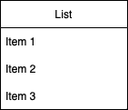
Raman-Lamba/forage-lyft-starter-repo-mycopy keeps this draw.io diagram as car.png. Above is the earlier version. Source tidied: cells renumbered, new cells last; positions are measured from the earlier drawing's top-left corner, leaving out a move shared by most shapes. Source of this version:
```xml
<mxGraphModel>
  <root>
    <mxCell id="0" />
    <mxCell id="1" parent="0" />
    <mxCell id="2" value="List" style="swimlane;fontStyle=0;horizontal=1;startSize=30;whiteSpace=wrap;html=1;" parent="1" vertex="1">
      <mxGeometry width="140" height="120" as="geometry" />
    </mxCell>
    <mxCell id="3" value="Item 1" style="text;strokeColor=none;fillColor=none;align=left;verticalAlign=middle;spacingLeft=4;spacingRight=4;overflow=hidden;whiteSpace=wrap;html=1;" parent="2" vertex="1">
      <mxGeometry y="30" width="140" height="30" as="geometry" />
    </mxCell>
    <mxCell id="4" value="Item 2" style="text;strokeColor=none;fillColor=none;align=left;verticalAlign=middle;spacingLeft=4;spacingRight=4;overflow=hidden;whiteSpace=wrap;html=1;" parent="2" vertex="1">
      <mxGeometry y="60" width="140" height="30" as="geometry" />
    </mxCell>
    <mxCell id="5" value="Item 3" style="text;strokeColor=none;fillColor=none;align=left;verticalAlign=middle;spacingLeft=4;spacingRight=4;overflow=hidden;whiteSpace=wrap;html=1;" parent="2" vertex="1">
      <mxGeometry y="90" width="140" height="30" as="geometry" />
    </mxCell>
  </root>
</mxGraphModel>
```
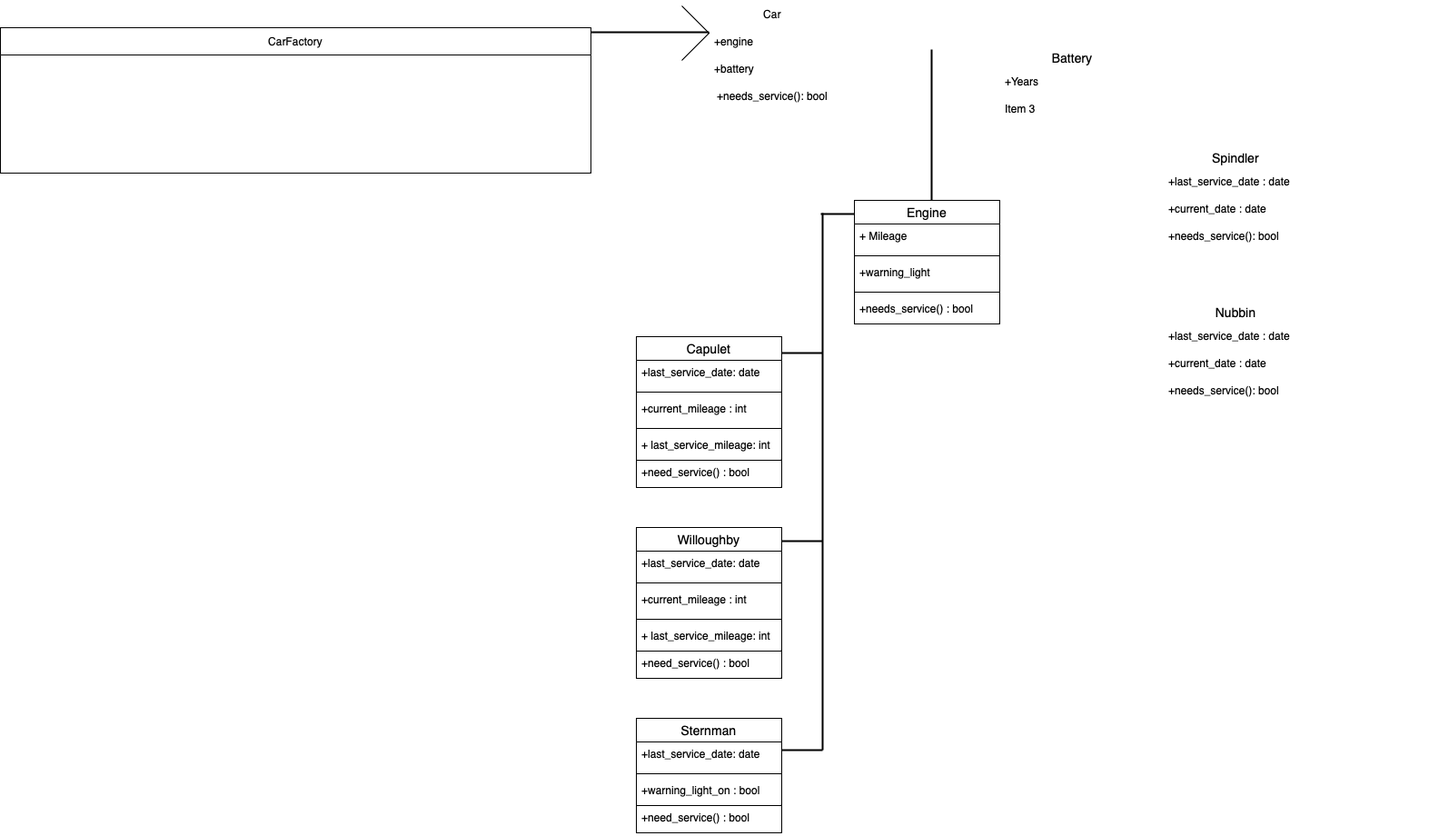
Above is the later version.

What changed in the source:
```diff
@@ -2,17 +2,191 @@
   <root>
     <mxCell id="0" />
     <mxCell id="1" parent="0" />
-    <mxCell id="2" value="List" style="swimlane;fontStyle=0;horizontal=1;startSize=30;whiteSpace=wrap;html=1;" parent="1" vertex="1">
-      <mxGeometry width="140" height="120" as="geometry" />
+    <mxCell id="2" value="Car" style="swimlane;fontStyle=0;horizontal=1;startSize=30;whiteSpace=wrap;html=1;labelBackgroundColor=none;strokeColor=#FFFFFF;" parent="1" vertex="1">
+      <mxGeometry width="140" height="90" as="geometry" />
     </mxCell>
-    <mxCell id="3" value="Item 1" style="text;strokeColor=none;fillColor=none;align=left;verticalAlign=middle;spacingLeft=4;spacingRight=4;overflow=hidden;whiteSpace=wrap;html=1;" parent="2" vertex="1">
+    <mxCell id="3" value="+engine" style="text;fillColor=none;align=left;verticalAlign=middle;spacingLeft=4;spacingRight=4;overflow=hidden;whiteSpace=wrap;html=1;labelBackgroundColor=none;strokeColor=#FFFFFF;" parent="2" vertex="1">
       <mxGeometry y="30" width="140" height="30" as="geometry" />
     </mxCell>
-    <mxCell id="4" value="Item 2" style="text;strokeColor=none;fillColor=none;align=left;verticalAlign=middle;spacingLeft=4;spacingRight=4;overflow=hidden;whiteSpace=wrap;html=1;" parent="2" vertex="1">
+    <mxCell id="4" value="+battery" style="text;fillColor=none;align=left;verticalAlign=middle;spacingLeft=4;spacingRight=4;overflow=hidden;whiteSpace=wrap;html=1;labelBackgroundColor=none;strokeColor=#FFFFFF;" parent="2" vertex="1">
       <mxGeometry y="60" width="140" height="30" as="geometry" />
     </mxCell>
+    <mxCell id="6" value="+needs_service(): bool" style="rounded=0;whiteSpace=wrap;html=1;labelBackgroundColor=none;strokeColor=#FFFFFF;" parent="1" vertex="1">
+      <mxGeometry y="90" width="140" height="30" as="geometry" />
+    </mxCell>
+    <mxCell id="7" style="rhombus;whiteSpace=wrap;html=1;labelBackgroundColor=none;strokeColor=#FFFFFF;" parent="1" vertex="1">
+      <mxGeometry x="140" y="50" width="40" height="10" as="geometry" />
+    </mxCell>
+    <mxCell id="8" value="Battery" style="swimlane;fontStyle=0;horizontal=1;startSize=26;align=center;fontSize=14;labelBackgroundColor=none;strokeColor=#FFFFFF;" parent="1" vertex="1">
+      <mxGeometry x="320" y="50" width="160" height="86" as="geometry" />
+    </mxCell>
+    <mxCell id="9" value="+Years" style="text;fillColor=none;spacingLeft=4;spacingRight=4;overflow=hidden;fontSize=12;whiteSpace=wrap;html=1;labelBackgroundColor=none;strokeColor=#FFFFFF;" parent="8" vertex="1">
+      <mxGeometry y="26" width="160" height="30" as="geometry" />
+    </mxCell>
+    <mxCell id="10" style="shape=crossbar;whiteSpace=wrap;html=1;rounded=1;labelBackgroundColor=none;strokeColor=default;fillColor=default;" parent="8" vertex="1">
+      <mxGeometry y="56" width="160" as="geometry" />
+    </mxCell>
-    <mxCell id="5" value="Item 3" style="text;strokeColor=none;fillColor=none;align=left;verticalAlign=middle;spacingLeft=4;spacingRight=4;overflow=hidden;whiteSpace=wrap;html=1;" parent="2" vertex="1">
-      <mxGeometry y="90" width="140" height="30" as="geometry" />
+    <mxCell id="5" value="Item 3" style="text;fillColor=none;spacingLeft=4;spacingRight=4;overflow=hidden;fontSize=12;whiteSpace=wrap;html=1;labelBackgroundColor=none;strokeColor=#FFFFFF;" parent="8" vertex="1">
+      <mxGeometry y="56" width="160" height="30" as="geometry" />
     </mxCell>
+    <mxCell id="11" value="Spindler" style="swimlane;fontStyle=0;horizontal=1;startSize=26;align=center;fontSize=14;labelBackgroundColor=none;strokeColor=#FFFFFF;" parent="1" vertex="1">
+      <mxGeometry x="500" y="160" width="160" height="116" as="geometry" />
+    </mxCell>
+    <mxCell id="12" value="+last_service_date : date" style="text;fillColor=none;spacingLeft=4;spacingRight=4;overflow=hidden;fontSize=12;whiteSpace=wrap;html=1;labelBackgroundColor=none;strokeColor=#FFFFFF;" parent="11" vertex="1">
+      <mxGeometry y="26" width="160" height="30" as="geometry" />
+    </mxCell>
+    <mxCell id="13" value="+current_date : date" style="text;fillColor=none;spacingLeft=4;spacingRight=4;overflow=hidden;fontSize=12;whiteSpace=wrap;html=1;labelBackgroundColor=none;strokeColor=#FFFFFF;" parent="11" vertex="1">
+      <mxGeometry y="56" width="160" height="30" as="geometry" />
+    </mxCell>
+    <mxCell id="14" style="shape=crossbar;whiteSpace=wrap;html=1;rounded=1;labelBackgroundColor=none;strokeColor=#FFFFFF;" parent="11" vertex="1">
+      <mxGeometry y="86" width="160" as="geometry" />
+    </mxCell>
+    <mxCell id="15" value="+needs_service(): bool" style="text;fillColor=none;spacingLeft=4;spacingRight=4;overflow=hidden;fontSize=12;whiteSpace=wrap;html=1;labelBackgroundColor=none;strokeColor=#FFFFFF;" parent="11" vertex="1">
+      <mxGeometry y="86" width="160" height="30" as="geometry" />
+    </mxCell>
+    <mxCell id="16" style="edgeStyle=orthogonalEdgeStyle;rounded=0;orthogonalLoop=1;jettySize=auto;html=1;exitX=0;exitY=0.5;exitDx=0;exitDy=0;exitPerimeter=0;entryX=0;entryY=0.5;entryDx=0;entryDy=0;entryPerimeter=0;labelBackgroundColor=none;fontColor=default;strokeColor=#FFFFFF;" parent="1" edge="1" source="17" target="17">
+      <mxGeometry relative="1" as="geometry" />
+    </mxCell>
+    <mxCell id="17" style="line;strokeWidth=2;direction=south;html=1;labelBackgroundColor=none;strokeColor=#FFFFFF;" parent="1" vertex="1">
+      <mxGeometry x="790" y="120" width="10" height="225" as="geometry" />
+    </mxCell>
+    <mxCell id="18" style="line;strokeWidth=2;html=1;labelBackgroundColor=none;strokeColor=#FFFFFF;" parent="1" vertex="1">
+      <mxGeometry x="661" y="170" width="135" height="10" as="geometry" />
+    </mxCell>
+    <mxCell id="19" style="line;strokeWidth=2;html=1;labelBackgroundColor=none;strokeColor=#FFFFFF;" parent="1" vertex="1">
+      <mxGeometry x="660" y="340" width="135" height="10" as="geometry" />
+    </mxCell>
+    <mxCell id="20" style="line;strokeWidth=2;html=1;labelBackgroundColor=none;strokeColor=#FFFFFF;" parent="1" vertex="1">
+      <mxGeometry x="180" y="50" width="142" height="10" as="geometry" />
+    </mxCell>
+    <mxCell id="21" style="line;strokeWidth=2;html=1;labelBackgroundColor=none;strokeColor=#FFFFFF;" parent="1" vertex="1">
+      <mxGeometry x="482" y="120" width="314" height="10" as="geometry" />
+    </mxCell>
+    <mxCell id="22" value="Nubbin" style="swimlane;fontStyle=0;horizontal=1;startSize=26;align=center;fontSize=14;labelBackgroundColor=none;strokeColor=#FFFFFF;" parent="1" vertex="1">
+      <mxGeometry x="500" y="330" width="160" height="116" as="geometry" />
+    </mxCell>
+    <mxCell id="23" value="+last_service_date : date" style="text;fillColor=none;spacingLeft=4;spacingRight=4;overflow=hidden;fontSize=12;whiteSpace=wrap;html=1;labelBackgroundColor=none;strokeColor=#FFFFFF;" parent="22" vertex="1">
+      <mxGeometry y="26" width="160" height="30" as="geometry" />
+    </mxCell>
+    <mxCell id="24" value="+current_date : date" style="text;fillColor=none;spacingLeft=4;spacingRight=4;overflow=hidden;fontSize=12;whiteSpace=wrap;html=1;labelBackgroundColor=none;strokeColor=#FFFFFF;" parent="22" vertex="1">
+      <mxGeometry y="56" width="160" height="30" as="geometry" />
+    </mxCell>
+    <mxCell id="25" style="shape=crossbar;whiteSpace=wrap;html=1;rounded=1;labelBackgroundColor=none;strokeColor=#FFFFFF;" parent="22" vertex="1">
+      <mxGeometry y="86" width="160" as="geometry" />
+    </mxCell>
+    <mxCell id="26" value="+needs_service(): bool" style="text;fillColor=none;spacingLeft=4;spacingRight=4;overflow=hidden;fontSize=12;whiteSpace=wrap;html=1;labelBackgroundColor=none;strokeColor=#FFFFFF;" parent="22" vertex="1">
+      <mxGeometry y="86" width="160" height="30" as="geometry" />
+    </mxCell>
+    <mxCell id="27" style="line;strokeWidth=2;direction=south;html=1;" parent="1" vertex="1">
+      <mxGeometry x="240" y="54" width="10" height="170" as="geometry" />
+    </mxCell>
+    <mxCell id="28" value="Engine" style="swimlane;fontStyle=0;horizontal=1;startSize=26;align=center;fontSize=14;" parent="1" vertex="1">
+      <mxGeometry x="160" y="220" width="160" height="136" as="geometry" />
+    </mxCell>
+    <mxCell id="29" value="+ Mileage" style="text;strokeColor=none;fillColor=none;spacingLeft=4;spacingRight=4;overflow=hidden;fontSize=12;whiteSpace=wrap;html=1;" parent="28" vertex="1">
+      <mxGeometry y="26" width="160" height="30" as="geometry" />
+    </mxCell>
+    <mxCell id="30" style="line;strokeWidth=1;dashed=0;labelPosition=right;align=left;verticalAlign=middle;spacingTop=0;spacingLeft=6;" parent="28" vertex="1">
+      <mxGeometry y="56" width="160" height="10" as="geometry" />
+    </mxCell>
+    <mxCell id="31" value="+warning_light" style="text;strokeColor=none;fillColor=none;spacingLeft=4;spacingRight=4;overflow=hidden;fontSize=12;whiteSpace=wrap;html=1;" parent="28" vertex="1">
+      <mxGeometry y="66" width="160" height="30" as="geometry" />
+    </mxCell>
+    <mxCell id="32" style="line;strokeWidth=1;dashed=0;labelPosition=right;align=left;verticalAlign=middle;spacingTop=0;spacingLeft=6;" parent="28" vertex="1">
+      <mxGeometry y="96" width="160" height="10" as="geometry" />
+    </mxCell>
+    <mxCell id="33" value="+needs_service() : bool" style="text;strokeColor=none;fillColor=none;spacingLeft=4;spacingRight=4;overflow=hidden;fontSize=12;whiteSpace=wrap;html=1;" parent="28" vertex="1">
+      <mxGeometry y="106" width="160" height="30" as="geometry" />
+    </mxCell>
+    <mxCell id="34" value="Capulet" style="swimlane;fontStyle=0;horizontal=1;startSize=26;align=center;fontSize=14;" parent="1" vertex="1">
+      <mxGeometry x="-80" y="370" width="160" height="136" as="geometry" />
+    </mxCell>
+    <mxCell id="35" value="+last_service_date: date" style="text;strokeColor=none;fillColor=none;spacingLeft=4;spacingRight=4;overflow=hidden;fontSize=12;whiteSpace=wrap;html=1;" parent="34" vertex="1">
+      <mxGeometry y="26" width="160" height="30" as="geometry" />
+    </mxCell>
+    <mxCell id="36" style="line;strokeWidth=1;dashed=0;labelPosition=right;align=left;verticalAlign=middle;spacingTop=0;spacingLeft=6;" parent="34" vertex="1">
+      <mxGeometry y="56" width="160" height="10" as="geometry" />
+    </mxCell>
+    <mxCell id="37" value="+current_mileage : int" style="text;strokeColor=none;fillColor=none;spacingLeft=4;spacingRight=4;overflow=hidden;fontSize=12;whiteSpace=wrap;html=1;" parent="34" vertex="1">
+      <mxGeometry y="66" width="160" height="30" as="geometry" />
+    </mxCell>
+    <mxCell id="38" style="line;strokeWidth=1;dashed=0;labelPosition=right;align=left;verticalAlign=middle;spacingTop=0;spacingLeft=6;" parent="34" vertex="1">
+      <mxGeometry y="96" width="160" height="10" as="geometry" />
+    </mxCell>
+    <mxCell id="39" value="+ last_service_mileage: int" style="text;strokeColor=none;fillColor=none;spacingLeft=4;spacingRight=4;overflow=hidden;fontSize=12;whiteSpace=wrap;html=1;" parent="34" vertex="1">
+      <mxGeometry y="106" width="160" height="30" as="geometry" />
+    </mxCell>
+    <mxCell id="40" value="+need_service() : bool" style="text;strokeColor=default;fillColor=none;spacingLeft=4;spacingRight=4;overflow=hidden;fontSize=12;whiteSpace=wrap;html=1;rounded=0;" parent="1" vertex="1">
+      <mxGeometry x="-80" y="506" width="160" height="30" as="geometry" />
+    </mxCell>
+    <mxCell id="41" value="Willoughby" style="swimlane;fontStyle=0;horizontal=1;startSize=26;align=center;fontSize=14;" parent="1" vertex="1">
+      <mxGeometry x="-80" y="580" width="160" height="136" as="geometry" />
+    </mxCell>
+    <mxCell id="42" value="+last_service_date: date" style="text;strokeColor=none;fillColor=none;spacingLeft=4;spacingRight=4;overflow=hidden;fontSize=12;whiteSpace=wrap;html=1;" parent="41" vertex="1">
+      <mxGeometry y="26" width="160" height="30" as="geometry" />
+    </mxCell>
+    <mxCell id="43" style="line;strokeWidth=1;dashed=0;labelPosition=right;align=left;verticalAlign=middle;spacingTop=0;spacingLeft=6;" parent="41" vertex="1">
+      <mxGeometry y="56" width="160" height="10" as="geometry" />
+    </mxCell>
+    <mxCell id="44" value="+current_mileage : int" style="text;strokeColor=none;fillColor=none;spacingLeft=4;spacingRight=4;overflow=hidden;fontSize=12;whiteSpace=wrap;html=1;" parent="41" vertex="1">
+      <mxGeometry y="66" width="160" height="30" as="geometry" />
+    </mxCell>
+    <mxCell id="45" style="line;strokeWidth=1;dashed=0;labelPosition=right;align=left;verticalAlign=middle;spacingTop=0;spacingLeft=6;" parent="41" vertex="1">
+      <mxGeometry y="96" width="160" height="10" as="geometry" />
+    </mxCell>
+    <mxCell id="46" value="+ last_service_mileage: int" style="text;strokeColor=none;fillColor=none;spacingLeft=4;spacingRight=4;overflow=hidden;fontSize=12;whiteSpace=wrap;html=1;" parent="41" vertex="1">
+      <mxGeometry y="106" width="160" height="30" as="geometry" />
+    </mxCell>
+    <mxCell id="47" value="+need_service() : bool" style="text;strokeColor=default;fillColor=none;spacingLeft=4;spacingRight=4;overflow=hidden;fontSize=12;whiteSpace=wrap;html=1;rounded=0;" parent="1" vertex="1">
+      <mxGeometry x="-80" y="716" width="160" height="30" as="geometry" />
+    </mxCell>
+    <mxCell id="48" value="Sternman" style="swimlane;fontStyle=0;horizontal=1;startSize=26;align=center;fontSize=14;" parent="1" vertex="1">
+      <mxGeometry x="-80" y="790" width="160" height="96" as="geometry" />
+    </mxCell>
+    <mxCell id="49" value="+last_service_date: date" style="text;strokeColor=none;fillColor=none;spacingLeft=4;spacingRight=4;overflow=hidden;fontSize=12;whiteSpace=wrap;html=1;" parent="48" vertex="1">
+      <mxGeometry y="26" width="160" height="30" as="geometry" />
+    </mxCell>
+    <mxCell id="50" style="line;strokeWidth=1;dashed=0;labelPosition=right;align=left;verticalAlign=middle;spacingTop=0;spacingLeft=6;" parent="48" vertex="1">
+      <mxGeometry y="56" width="160" height="10" as="geometry" />
+    </mxCell>
+    <mxCell id="51" value="+warning_light_on : bool" style="text;strokeColor=none;fillColor=none;spacingLeft=4;spacingRight=4;overflow=hidden;fontSize=12;whiteSpace=wrap;html=1;" parent="48" vertex="1">
+      <mxGeometry y="66" width="160" height="30" as="geometry" />
+    </mxCell>
+    <mxCell id="52" value="+need_service() : bool" style="text;strokeColor=default;fillColor=none;spacingLeft=4;spacingRight=4;overflow=hidden;fontSize=12;whiteSpace=wrap;html=1;rounded=0;" parent="1" vertex="1">
+      <mxGeometry x="-80" y="886" width="160" height="30" as="geometry" />
+    </mxCell>
+    <mxCell id="53" style="line;strokeWidth=2;direction=south;html=1;" parent="1" vertex="1">
+      <mxGeometry x="120" y="234" width="10" height="591" as="geometry" />
+    </mxCell>
+    <mxCell id="54" style="line;strokeWidth=2;html=1;" parent="1" vertex="1">
+      <mxGeometry x="80" y="383" width="45" height="10" as="geometry" />
+    </mxCell>
+    <mxCell id="55" style="line;strokeWidth=2;html=1;" parent="1" vertex="1">
+      <mxGeometry x="80" y="590" width="45" height="10" as="geometry" />
+    </mxCell>
+    <mxCell id="56" style="line;strokeWidth=2;html=1;" parent="1" vertex="1">
+      <mxGeometry x="80" y="820" width="45" height="10" as="geometry" />
+    </mxCell>
+    <mxCell id="57" style="line;strokeWidth=2;html=1;" parent="1" vertex="1">
+      <mxGeometry x="123" y="230" width="37" height="10" as="geometry" />
+    </mxCell>
+    <mxCell id="58" value="CarFactory" style="swimlane;fontStyle=0;horizontal=1;startSize=30;whiteSpace=wrap;html=1;" parent="1" vertex="1">
+      <mxGeometry x="-780" y="30" width="650" height="160" as="geometry" />
+    </mxCell>
+    <mxCell id="59" value="&lt;div style=&quot;caret-color: rgb(0, 0, 0);&quot; title=&quot;Page 1&quot; class=&quot;page&quot;&gt;&lt;div class=&quot;layoutArea&quot;&gt;&lt;div class=&quot;column&quot;&gt;&lt;p&gt;&lt;font color=&quot;#ffffff&quot;&gt;+ create_calliope(current_date: date, last_service_date: date, current_mileage: int, last_service_mileage: int): Car&lt;br&gt;+ create_glissade(current_date: date, last_service_date: date, current_mileage: int, last_service_mileage: int): Car&amp;nbsp;&lt;/font&gt;&lt;/p&gt;&lt;p&gt;&lt;font color=&quot;#ffffff&quot;&gt;+ create_palindrome(current_date: date, last_service_date: date, warning_light_on: bool): Car&lt;br&gt;+ create_rorschach(current_date: date, last_service_date: date, current_mileage: int, last_service_mileage: int): Car&lt;/font&gt;&lt;/p&gt;&lt;p&gt;&lt;font color=&quot;#ffffff&quot;&gt;+ create_thovex(current_date: date, last_service_date: date, current_mileage: int, last_service_mileage: int): C&lt;/font&gt;&lt;/p&gt;&lt;/div&gt;&lt;/div&gt;&lt;/div&gt;" style="text;strokeColor=none;fillColor=none;align=left;verticalAlign=middle;spacingLeft=4;spacingRight=4;overflow=hidden;whiteSpace=wrap;html=1;" parent="58" vertex="1">
+      <mxGeometry y="30" width="650" height="130" as="geometry" />
+    </mxCell>
+    <mxCell id="60" style="line;strokeWidth=2;html=1;" parent="1" vertex="1">
+      <mxGeometry x="-130" y="30" width="130" height="10" as="geometry" />
+    </mxCell>
+    <mxCell id="61" style="endArrow=none;html=1;rounded=0;" parent="1" edge="1">
+      <mxGeometry relative="1" as="geometry">
+        <mxPoint x="-30" y="66" as="sourcePoint" />
+        <mxPoint x="-30" y="6" as="targetPoint" />
+        <Array as="points">
+          <mxPoint y="36" />
+        </Array>
+      </mxGeometry>
+    </mxCell>
   </root>
 </mxGraphModel>
```
